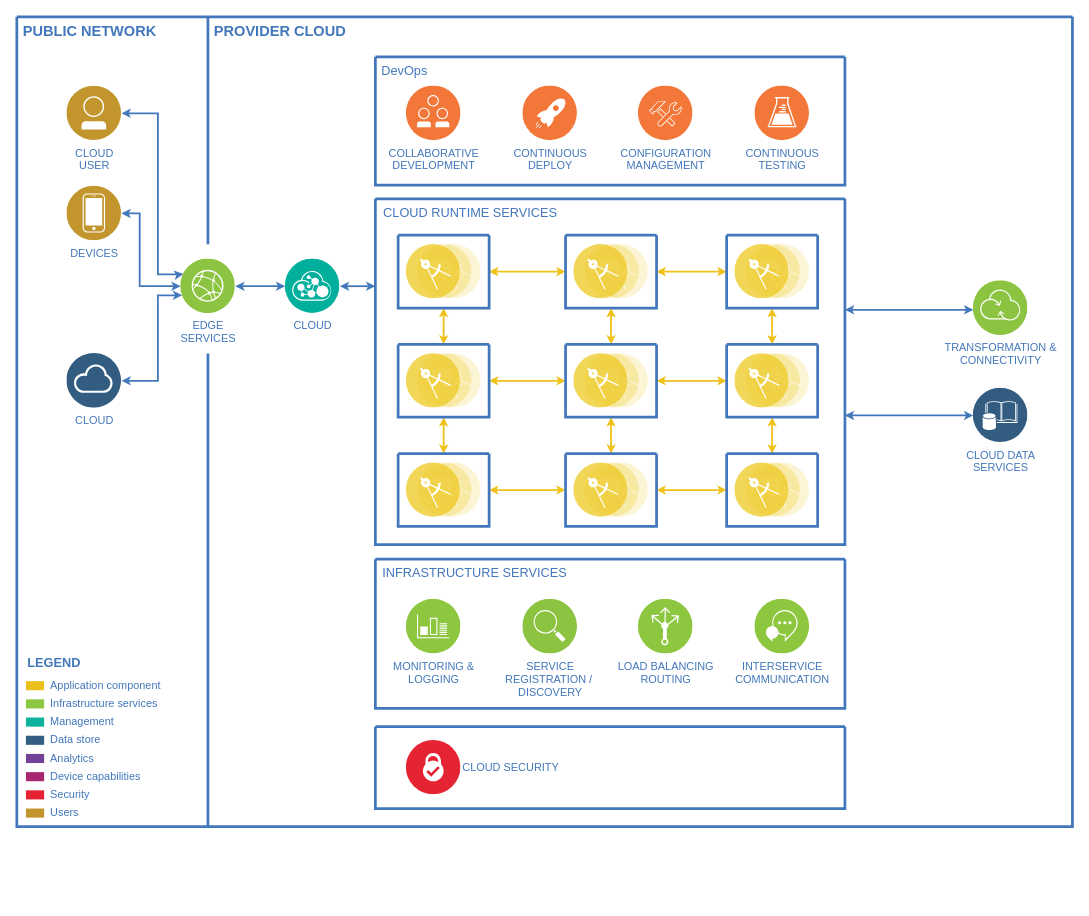
Above: 未命名绘图.drawio in BensonMax/Vue-Travel (draw.io), before the change. Source tidied: cells renumbered, new cells numbered last; positions are measured from the earlier drawing's top-left corner, leaving out a move shared by most shapes. Both pictures are drawn from the tidied source at 91%, with x=0, y=0 at pixel (16, 16).
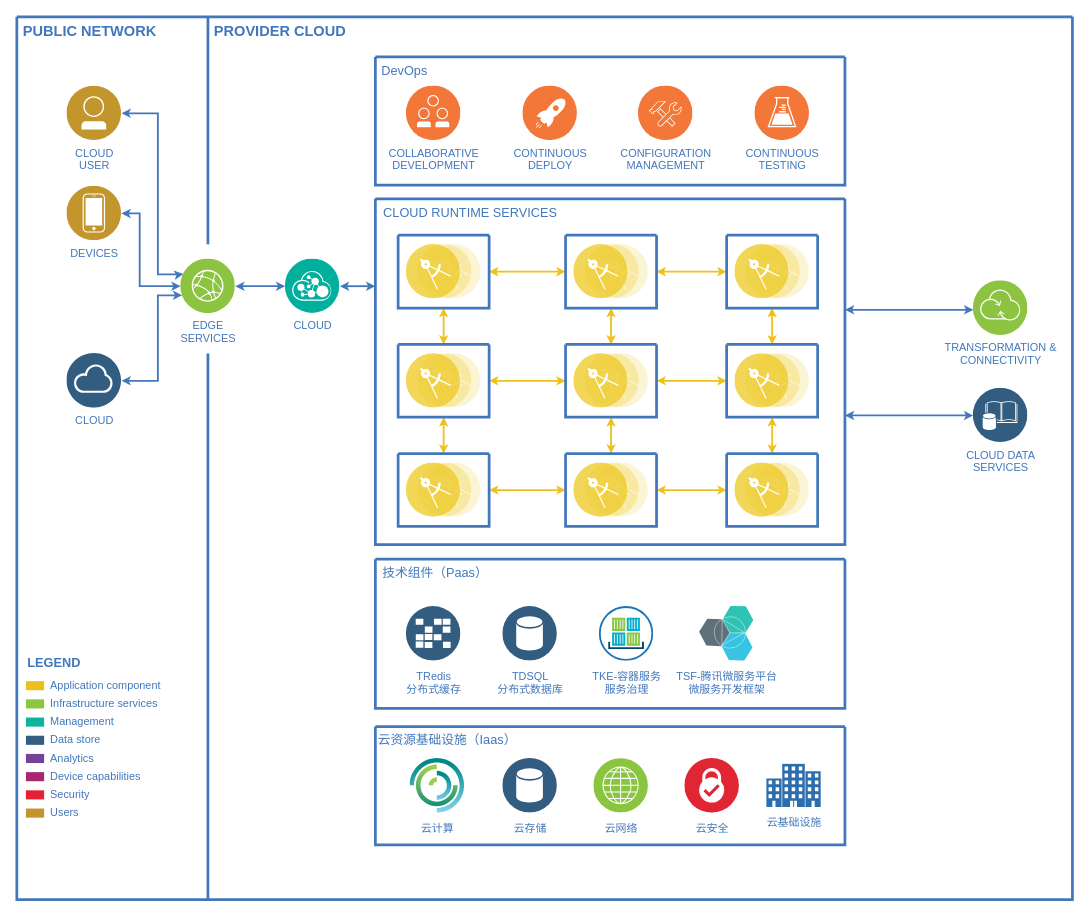
Above is the later version.

Commit message:
更新未命名绘图.drawio

Unchanged cells that the change refers to:
```xml
<mxCell id="66" style="swimlane;shadow=0;strokeColor=#4277BB;fillColor=#ffffff;fontColor=#4277BB;align=right;startSize=0;strokeWidth=3;" parent="2" vertex="1">
  <mxGeometry x="394" y="596" width="516" height="164" as="geometry" />
</mxCell>
```

The edit, as a diff of the source:
```diff
@@
     <mxCell id="2" style="swimlane;shadow=0;strokeColor=#4277BB;fillColor=#ffffff;fontColor=#4277BB;align=right;startSize=0;strokeWidth=3;" parent="1" vertex="1">
-      <mxGeometry width="1160" height="890" as="geometry" />
+      <mxGeometry width="1160" height="970" as="geometry" />
     </mxCell>
@@
     <mxCell id="15" style="line;strokeWidth=3;direction=south;html=1;shadow=0;labelBackgroundColor=none;fillColor=none;gradientColor=none;fontSize=12;fontColor=#4277BB;align=right;strokeColor=#4277BB;" parent="2" vertex="1">
-      <mxGeometry x="205" y="370" width="10" height="520" as="geometry" />
+      <mxGeometry x="205" y="370" width="10" height="600" as="geometry" />
     </mxCell>
     <mxCell id="16" style="swimlane;shadow=0;strokeColor=#4277BB;fillColor=#ffffff;fontColor=#4277BB;align=right;startSize=0;strokeWidth=3;" parent="2" vertex="1">
-      <mxGeometry x="394" y="780" width="516" height="90" as="geometry" />
+      <mxGeometry x="394" y="780" width="516" height="130" as="geometry" />
     </mxCell>
-    <mxCell id="17" value="CLOUD SECURITY" style="perimeter=ellipsePerimeter;html=1;align=left;shadow=0;dashed=0;image;image=img/lib/ibm/blockchain/certificate_authority.svg;labelBackgroundColor=#ffffff;strokeColor=#666666;strokeWidth=3;fillColor=#C2952D;gradientColor=none;fontSize=12;fontColor=#4277BB;labelPosition=right;verticalLabelPosition=middle;verticalAlign=middle;" parent="16" vertex="1">
-      <mxGeometry x="34" y="15" width="60" height="60" as="geometry" />
-    </mxCell>
+    <mxCell id="76" value="云存储" style="perimeter=ellipsePerimeter;html=1;align=center;shadow=0;dashed=0;fontColor=#4277BB;labelBackgroundColor=#ffffff;fontSize=12;spacingTop=3;image;image=img/lib/ibm/data/data_services.svg;" parent="16" vertex="1">
+      <mxGeometry x="140" y="35" width="60" height="60" as="geometry" />
+    </mxCell>
+    <mxCell id="77" value="云安全" style="perimeter=ellipsePerimeter;html=1;align=center;shadow=0;dashed=0;fontColor=#4277BB;labelBackgroundColor=#ffffff;fontSize=12;spacingTop=3;image;image=img/lib/ibm/security/security_services.svg;" parent="16" vertex="1">
+      <mxGeometry x="340" y="35" width="60" height="60" as="geometry" />
+    </mxCell>
+    <mxCell id="78" value="云网络" style="perimeter=ellipsePerimeter;html=1;align=center;shadow=0;dashed=0;fontColor=#4277BB;labelBackgroundColor=#ffffff;fontSize=12;spacingTop=3;image;image=img/lib/ibm/infrastructure/channels.svg;" parent="16" vertex="1">
+      <mxGeometry x="240" y="35" width="60" height="60" as="geometry" />
+    </mxCell>
+    <mxCell id="79" value="云基础设施" style="perimeter=ellipsePerimeter;html=1;align=center;shadow=0;dashed=0;fontColor=#4277BB;labelBackgroundColor=#ffffff;fontSize=12;spacingTop=3;image;image=img/lib/ibm/vpc/Enterprise2.svg;" parent="16" vertex="1">
+      <mxGeometry x="430" y="41" width="60" height="48" as="geometry" />
+    </mxCell>
+    <mxCell id="80" value="云计算" style="perimeter=ellipsePerimeter;html=1;align=center;shadow=0;dashed=0;fontColor=#4277BB;labelBackgroundColor=#ffffff;fontSize=12;spacingTop=3;image;image=img/lib/ibm/vpc/PowerInstance.svg;" parent="16" vertex="1">
+      <mxGeometry x="38" y="35" width="60" height="60" as="geometry" />
+    </mxCell>
+    <mxCell id="81" value="云资源基础设施（Iaas）" style="text;html=1;align=left;verticalAlign=top;fontColor=#4277BB;shadow=0;dashed=0;strokeColor=none;fillColor=none;labelBackgroundColor=none;fontStyle=0;fontSize=14;spacingLeft=5;" parent="16" vertex="1">
+      <mxGeometry x="-4" width="231" height="24" as="geometry" />
+    </mxCell>
@@
-    <mxCell id="67" value="MONITORING &amp;amp;&lt;div&gt;LOGGING&lt;/div&gt;" style="perimeter=ellipsePerimeter;html=1;align=center;shadow=0;dashed=0;image;image=img/lib/ibm/infrastructure/monitoring_logging.svg;labelBackgroundColor=none;strokeColor=#666666;strokeWidth=3;fillColor=#C2952D;gradientColor=none;fontSize=12;fontColor=#4277BB;" parent="66" vertex="1">
-      <mxGeometry x="34" y="44" width="60" height="60" as="geometry" />
+    <mxCell id="67" value="TRedis&lt;br&gt;分布式缓存" style="perimeter=ellipsePerimeter;html=1;align=center;shadow=0;dashed=0;fontColor=#4277BB;labelBackgroundColor=#ffffff;fontSize=12;spacingTop=3;image;image=img/lib/ibm/data/caches.svg;fontFamily=Helvetica;strokeColor=#666666;strokeWidth=3;fillColor=#C2952D;" parent="66" vertex="1">
+      <mxGeometry x="34" y="52" width="60" height="60" as="geometry" />
     </mxCell>
-    <mxCell id="68" value="SERVICE&lt;div&gt;REGISTRATION /&amp;nbsp;&lt;/div&gt;&lt;div&gt;DISCOVERY&lt;/div&gt;" style="perimeter=ellipsePerimeter;html=1;align=center;shadow=0;dashed=0;image;image=img/lib/ibm/infrastructure/service_discovery_configuration.svg;labelBackgroundColor=none;strokeColor=#666666;strokeWidth=3;fillColor=#C2952D;gradientColor=none;fontSize=12;fontColor=#4277BB;" parent="66" vertex="1">
-      <mxGeometry x="162" y="44" width="60" height="60" as="geometry" />
-    </mxCell>
-    <mxCell id="69" value="LOAD&amp;nbsp;&lt;span&gt;BALANCING&lt;/span&gt;&lt;div&gt;ROUTING&lt;/div&gt;" style="perimeter=ellipsePerimeter;html=1;align=center;shadow=0;dashed=0;image;image=img/lib/ibm/infrastructure/load_balancing_routing.svg;labelBackgroundColor=none;strokeColor=#666666;strokeWidth=3;fillColor=#C2952D;gradientColor=none;fontSize=12;fontColor=#4277BB;" parent="66" vertex="1">
-      <mxGeometry x="289" y="44" width="60" height="60" as="geometry" />
-    </mxCell>
-    <mxCell id="70" value="INTERSERVICE&lt;div&gt;COMMUNICATION&lt;/div&gt;" style="perimeter=ellipsePerimeter;html=1;align=center;shadow=0;dashed=0;image;image=img/lib/ibm/infrastructure/interservice_communication.svg;labelBackgroundColor=none;strokeColor=#666666;strokeWidth=3;fillColor=#C2952D;gradientColor=none;fontSize=12;fontColor=#4277BB;" parent="66" vertex="1">
-      <mxGeometry x="417" y="44" width="60" height="60" as="geometry" />
-    </mxCell>
-    <mxCell id="71" value="INFRASTRUCTURE SERVICES" style="text;html=1;align=left;verticalAlign=top;fontColor=#4277BB;shadow=0;dashed=0;strokeColor=none;fillColor=none;labelBackgroundColor=none;fontStyle=0;fontSize=14;spacingLeft=5;" parent="66" vertex="1">
+    <mxCell id="71" value="技术组件（Paas）" style="text;html=1;align=left;verticalAlign=top;fontColor=#4277BB;shadow=0;dashed=0;strokeColor=none;fillColor=none;labelBackgroundColor=none;fontStyle=0;fontSize=14;spacingLeft=5;" parent="66" vertex="1">
       <mxGeometry x="1" width="231" height="24" as="geometry" />
     </mxCell>
+    <mxCell id="82" value="TDSQL&lt;br&gt;分布式数据库" style="perimeter=ellipsePerimeter;html=1;align=center;shadow=0;dashed=0;fontColor=#4277BB;labelBackgroundColor=#ffffff;fontSize=12;spacingTop=3;image;image=img/lib/ibm/data/data_services.svg;" parent="66" vertex="1">
+      <mxGeometry x="140" y="52" width="60" height="60" as="geometry" />
+    </mxCell>
+    <mxCell id="83" value="TKE-容器服务&lt;br&gt;服务治理" style="perimeter=ellipsePerimeter;html=1;align=center;shadow=0;dashed=0;fontColor=#4277BB;labelBackgroundColor=#ffffff;fontSize=12;spacingTop=3;image;image=img/lib/ibm/miscellaneous/ibm_containers.svg;fontFamily=Helvetica;strokeColor=#000000;fillColor=#ffffff;" parent="66" vertex="1">
+      <mxGeometry x="246" y="52" width="60" height="60" as="geometry" />
+    </mxCell>
+    <mxCell id="84" value="TSF-腾讯微服务平台&lt;br&gt;微服务开发框架" style="perimeter=ellipsePerimeter;html=1;align=center;shadow=0;dashed=0;fontColor=#4277BB;labelBackgroundColor=#ffffff;fontSize=12;spacingTop=3;image;image=img/lib/ibm/miscellaneous/bluemix.svg;" parent="66" vertex="1">
+      <mxGeometry x="356" y="52" width="60" height="60" as="geometry" />
+    </mxCell>
```
